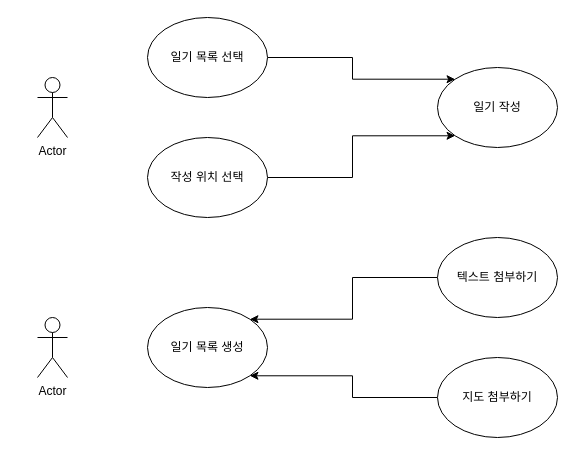
The draw.io diagram Untitled Diagram.drawio in Flower-Deer/Diary, before the edit. Source tidied: cells renumbered, new cells numbered last; positions are measured from the earlier drawing's top-left corner, leaving out a move shared by most shapes. Both pictures are drawn from the tidied source at 100%, with x=0, y=0 at pixel (37, 17).
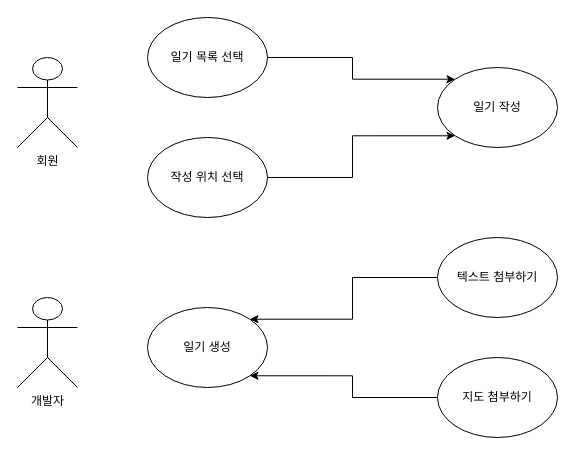
After the change.

Change to the diagram source:
```diff
@@
 <mxGraphModel>
   <root>
     <mxCell id="0" />
     <mxCell id="1" parent="0" />
-    <mxCell id="2" value="Actor" style="shape=umlActor;verticalLabelPosition=bottom;verticalAlign=top;html=1;" parent="1" vertex="1">
-      <mxGeometry y="60" width="30" height="60" as="geometry" />
-    </mxCell>
     <mxCell id="3" style="edgeStyle=orthogonalEdgeStyle;rounded=0;jettySize=auto;html=1;entryX=0;entryY=0;entryDx=0;entryDy=0;" parent="1" edge="1" source="4" target="8">
       <mxGeometry relative="1" as="geometry" />
     </mxCell>
     <mxCell id="4" value="일기 목록 선택" style="ellipse;whiteSpace=wrap;html=1;" parent="1" vertex="1">
       <mxGeometry x="110" width="120" height="80" as="geometry" />
     </mxCell>
     <mxCell id="5" style="edgeStyle=orthogonalEdgeStyle;rounded=0;jettySize=auto;html=1;exitX=1;exitY=0.5;exitDx=0;exitDy=0;entryX=0;entryY=1;entryDx=0;entryDy=0;" parent="1" edge="1" source="6" target="8">
       <mxGeometry relative="1" as="geometry" />
     </mxCell>
     <mxCell id="6" value="작성 위치 선택" style="ellipse;whiteSpace=wrap;html=1;" parent="1" vertex="1">
       <mxGeometry x="110" y="120" width="120" height="80" as="geometry" />
     </mxCell>
     <mxCell id="7" style="edgeStyle=orthogonalEdgeStyle;rounded=0;orthogonalLoop=1;jettySize=auto;html=1;" parent="1" edge="1">
       <mxGeometry relative="1" as="geometry">
         <mxPoint x="15" y="80" as="sourcePoint" />
         <mxPoint x="15" y="80" as="targetPoint" />
       </mxGeometry>
     </mxCell>
     <mxCell id="8" value="일기 작성" style="ellipse;whiteSpace=wrap;html=1;" parent="1" vertex="1">
       <mxGeometry x="400" y="50" width="120" height="80" as="geometry" />
     </mxCell>
-    <mxCell id="9" value="Actor" style="shape=umlActor;verticalLabelPosition=bottom;verticalAlign=top;html=1;" parent="1" vertex="1">
-      <mxGeometry y="300" width="30" height="60" as="geometry" />
-    </mxCell>
-    <mxCell id="10" value="일기 목록 생성" style="ellipse;whiteSpace=wrap;html=1;" parent="1" vertex="1">
+    <mxCell id="10" value="일기 생성" style="ellipse;whiteSpace=wrap;html=1;" parent="1" vertex="1">
       <mxGeometry x="110" y="290" width="120" height="80" as="geometry" />
     </mxCell>
     <mxCell id="11" style="edgeStyle=orthogonalEdgeStyle;rounded=0;jettySize=auto;html=1;exitX=0;exitY=0.5;exitDx=0;exitDy=0;entryX=1;entryY=0;entryDx=0;entryDy=0;" parent="1" edge="1" source="12" target="10">
       <mxGeometry relative="1" as="geometry" />
     </mxCell>
     <mxCell id="12" value="텍스트 첨부하기" style="ellipse;whiteSpace=wrap;html=1;" parent="1" vertex="1">
       <mxGeometry x="400" y="220" width="120" height="80" as="geometry" />
     </mxCell>
     <mxCell id="13" style="edgeStyle=orthogonalEdgeStyle;rounded=0;jettySize=auto;html=1;exitX=0;exitY=0.5;exitDx=0;exitDy=0;entryX=1;entryY=1;entryDx=0;entryDy=0;" parent="1" edge="1" source="14" target="10">
       <mxGeometry relative="1" as="geometry" />
     </mxCell>
     <mxCell id="14" value="지도 첨부하기" style="ellipse;whiteSpace=wrap;html=1;" parent="1" vertex="1">
       <mxGeometry x="400" y="340" width="120" height="80" as="geometry" />
     </mxCell>
+    <mxCell id="15" value="회원" style="shape=umlActor;verticalLabelPosition=bottom;verticalAlign=top;html=1;" parent="1" vertex="1">
+      <mxGeometry x="-20" y="40" width="60" height="90" as="geometry" />
+    </mxCell>
+    <mxCell id="16" value="개발자" style="shape=umlActor;verticalLabelPosition=bottom;verticalAlign=top;html=1;" parent="1" vertex="1">
+      <mxGeometry x="-20" y="280" width="60" height="90" as="geometry" />
+    </mxCell>
   </root>
 </mxGraphModel>
```
